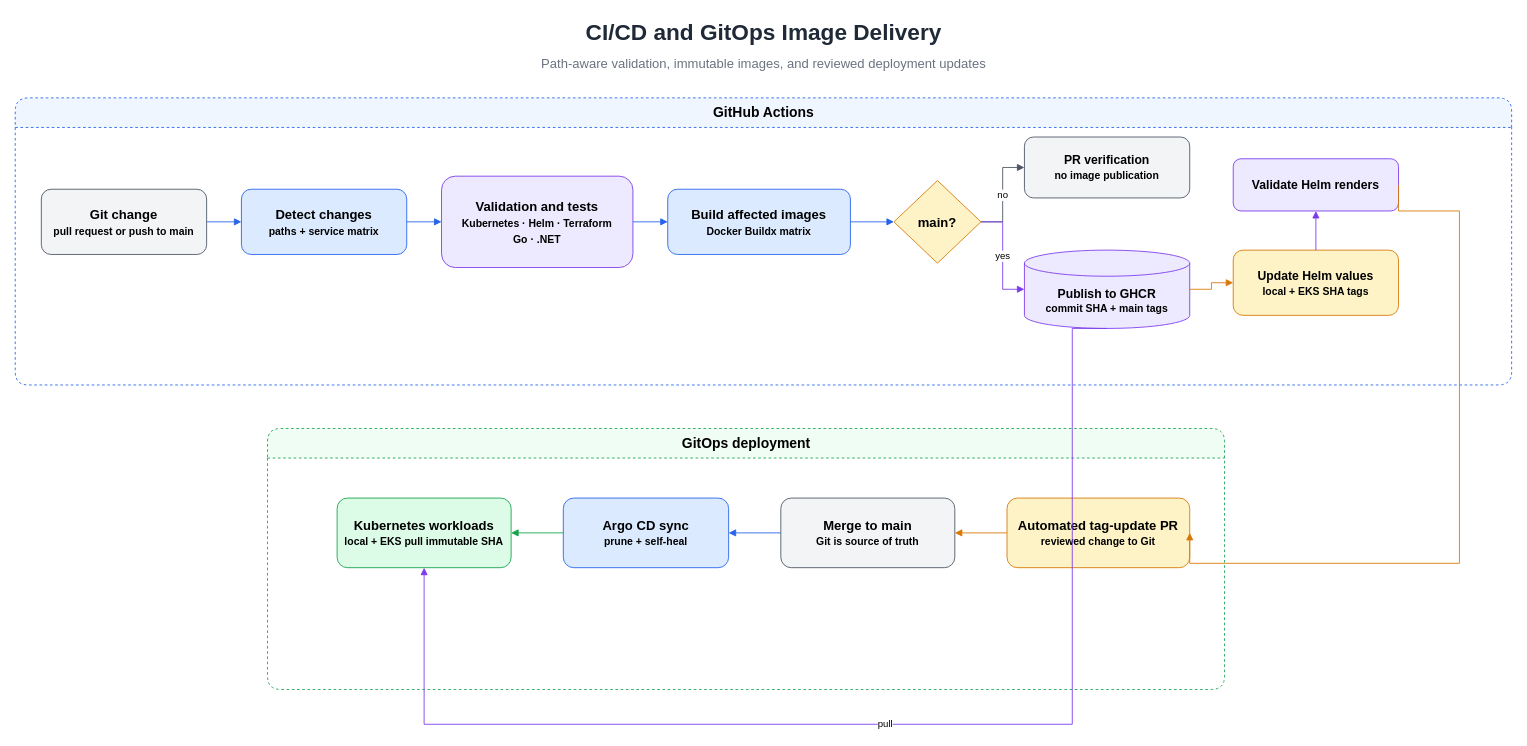
Before: docs/diagrams/ci-cd-gitops-flow.drawio in micheleformenti/microservices-k8s-platform, a draw.io diagram. Source tidied: cells renumbered, new cells numbered last; positions are measured from the earlier drawing's top-left corner, leaving out a move shared by most shapes. Both pictures are drawn from the tidied source at 87%, with x=0, y=0 at pixel (15, 15).
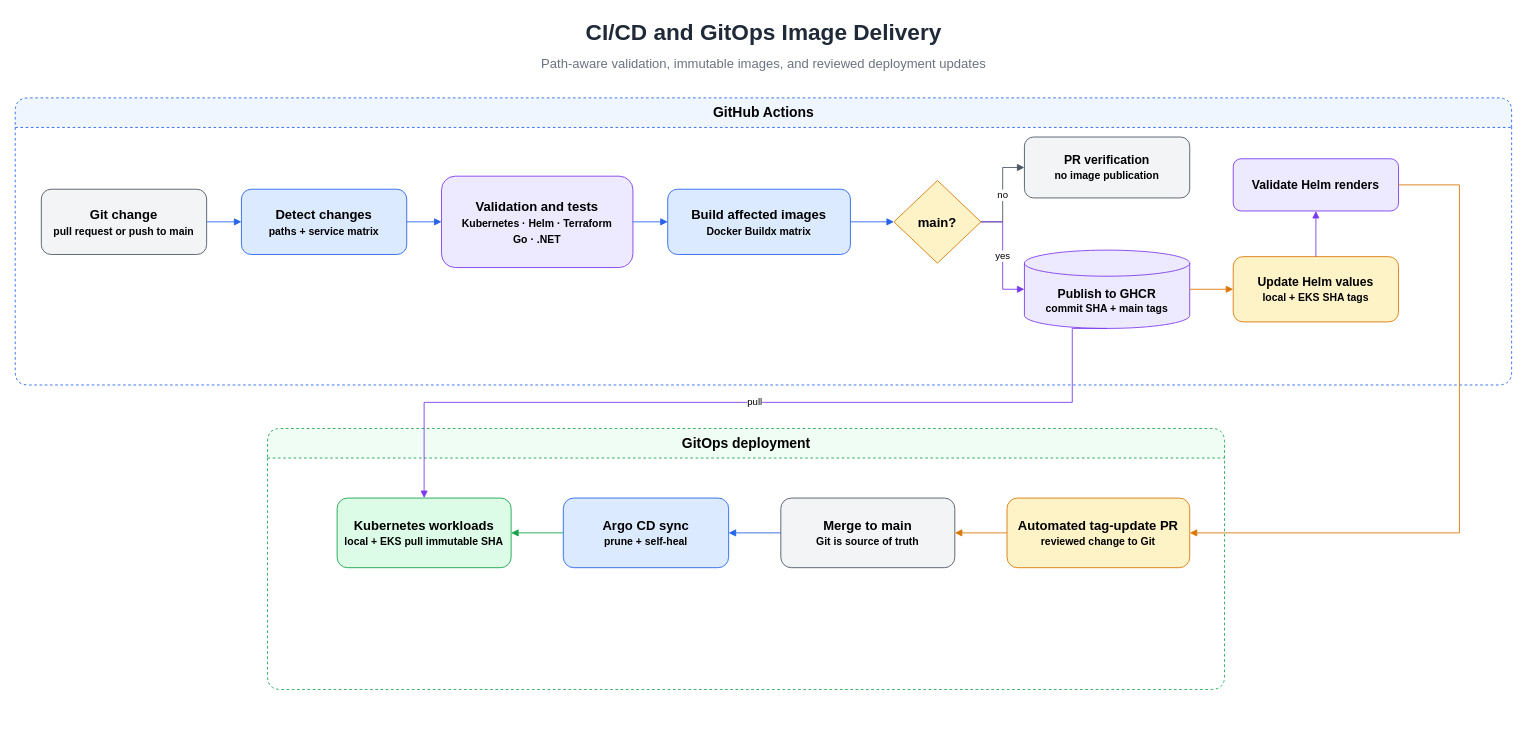
The same page after the edit.

Commit message (it also covers changes not shown here):
Add CI/CD and GitOps flow diagram

The change refers to these unchanged cells:
```xml
<mxCell id="4" value="GitHub Actions" style="swimlane;html=1;rounded=1;startSize=34;horizontal=1;fontSize=16;fontStyle=1;fillColor=#EFF6FF;strokeColor=#2563EB;dashed=1;" parent="1" vertex="1">
  <mxGeometry y="95" width="1720" height="330" as="geometry" />
</mxCell>
<mxCell id="11" value="Publish to GHCR&lt;br&gt;&lt;font style=&quot;font-size: 12px;&quot;&gt;commit SHA + main tags&lt;/font&gt;" style="shape=cylinder3;whiteSpace=wrap;html=1;boundedLbl=1;backgroundOutline=1;fontSize=14;fontStyle=1;fillColor=#EDE9FE;strokeColor=#7C3AED;" parent="4" vertex="1">
  <mxGeometry x="1160" y="175" width="190" height="90" as="geometry" />
</mxCell>
<mxCell id="13" value="Validate Helm renders" style="rounded=1;whiteSpace=wrap;html=1;fontSize=14;fontStyle=1;fillColor=#EDE9FE;strokeColor=#7C3AED;" parent="4" vertex="1">
  <mxGeometry x="1400" y="70" width="190" height="60" as="geometry" />
</mxCell>
<mxCell id="15" value="Automated tag-update PR&lt;br&gt;&lt;font style=&quot;font-size: 12px;&quot;&gt;reviewed change to Git&lt;/font&gt;" style="rounded=1;whiteSpace=wrap;html=1;fontSize=15;fontStyle=1;fillColor=#FEF3C7;strokeColor=#D97706;" parent="14" vertex="1">
  <mxGeometry x="850" y="80" width="210" height="80" as="geometry" />
</mxCell>
<mxCell id="18" value="Kubernetes workloads&lt;br&gt;&lt;font style=&quot;font-size: 12px;&quot;&gt;local + EKS pull immutable SHA&lt;/font&gt;" style="rounded=1;whiteSpace=wrap;html=1;fontSize=15;fontStyle=1;fillColor=#DCFCE7;strokeColor=#16A34A;" parent="14" vertex="1">
  <mxGeometry x="80" y="80" width="200" height="80" as="geometry" />
</mxCell>
```

Change to the diagram source:
```diff
@@
     <mxCell id="12" value="Update Helm values&lt;br&gt;&lt;font style=&quot;font-size: 12px;&quot;&gt;local + EKS SHA tags&lt;/font&gt;" style="rounded=1;whiteSpace=wrap;html=1;fontSize=14;fontStyle=1;fillColor=#FEF3C7;strokeColor=#D97706;" parent="4" vertex="1">
-      <mxGeometry x="1400" y="175" width="190" height="75" as="geometry" />
+      <mxGeometry x="1400" y="182.5" width="190" height="75" as="geometry" />
     </mxCell>
@@
     <mxCell id="27" style="edgeStyle=orthogonalEdgeStyle;rounded=0;html=1;endArrow=block;endFill=1;strokeColor=#D97706;exitX=1;exitY=0.5;exitPerimeter=1;entryX=1;entryY=0.5;entryPerimeter=1;" parent="1" edge="1" source="13" target="15">
       <mxGeometry relative="1" as="geometry">
         <Array as="points">
-          <mxPoint x="1660" y="225" />
-          <mxPoint x="1660" y="630" />
+          <mxPoint x="1660" y="195" />
+          <mxPoint x="1660" y="595" />
         </Array>
       </mxGeometry>
     </mxCell>
@@
-    <mxCell id="31" value="pull" style="edgeStyle=orthogonalEdgeStyle;rounded=0;html=1;endArrow=block;endFill=1;strokeColor=#7C3AED;exitX=0.5;exitY=1;entryX=0.5;entryY=1;" parent="1" edge="1" source="11" target="18">
+    <mxCell id="31" value="pull" style="edgeStyle=orthogonalEdgeStyle;rounded=0;html=1;endArrow=block;endFill=1;strokeColor=#7C3AED;exitX=0.5;exitY=1;" parent="1" edge="1" source="11">
       <mxGeometry relative="1" as="geometry">
+        <mxPoint x="470" y="555" as="targetPoint" />
         <Array as="points">
-          <mxPoint x="1215" y="815" />
-          <mxPoint x="470" y="815" />
+          <mxPoint x="1215" y="360" />
+          <mxPoint x="1215" y="445" />
+          <mxPoint x="470" y="445" />
         </Array>
       </mxGeometry>
     </mxCell>
```
